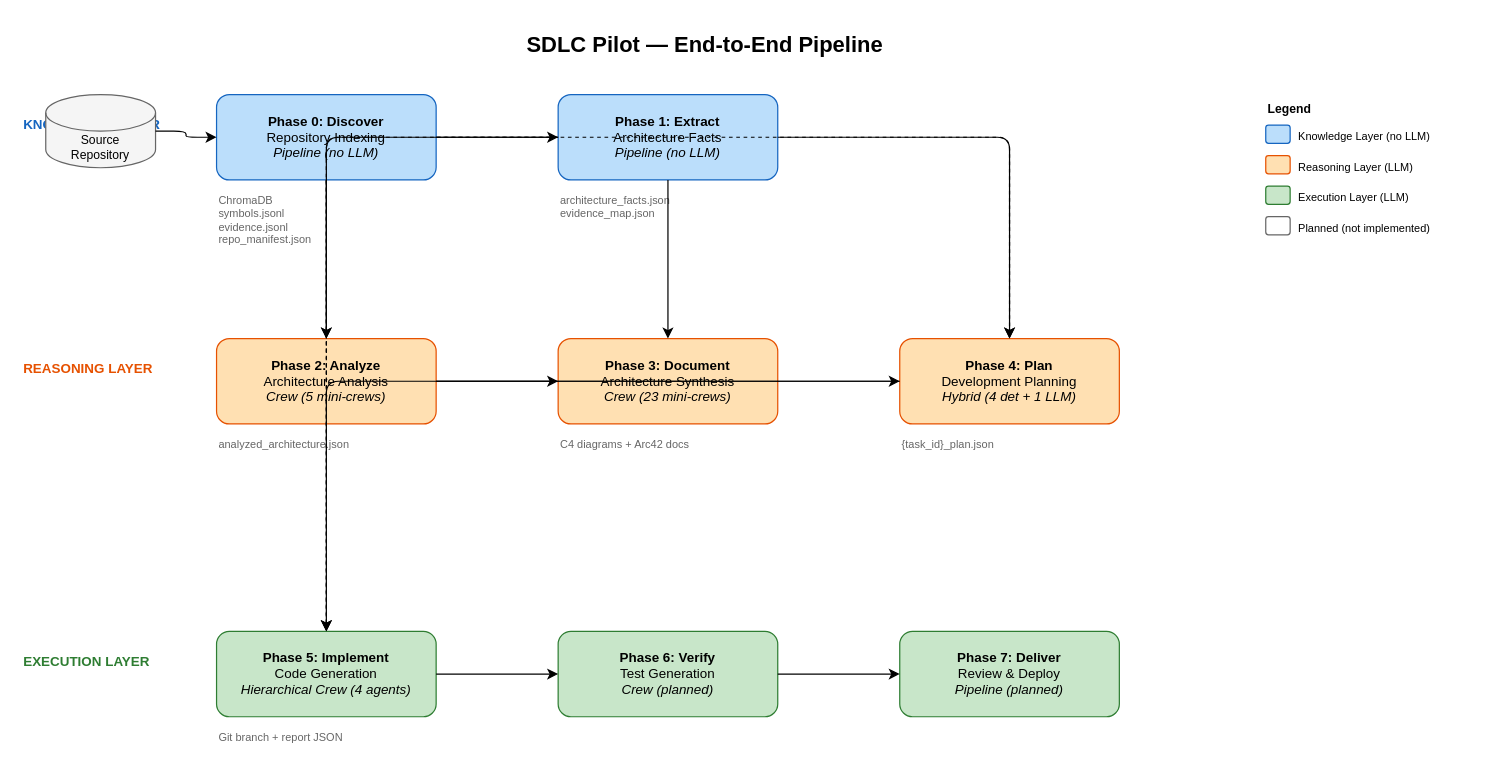
Earlier version of the draw.io diagram docs/cross-architecture.drawio (aymenmastouri/aicodegencrew). Source tidied: cells renumbered, new cells numbered last; positions are measured from the earlier drawing's top-left corner, leaving out a move shared by most shapes. Both pictures are drawn from the tidied source at 122%, with x=0, y=0 at pixel (21, 21).
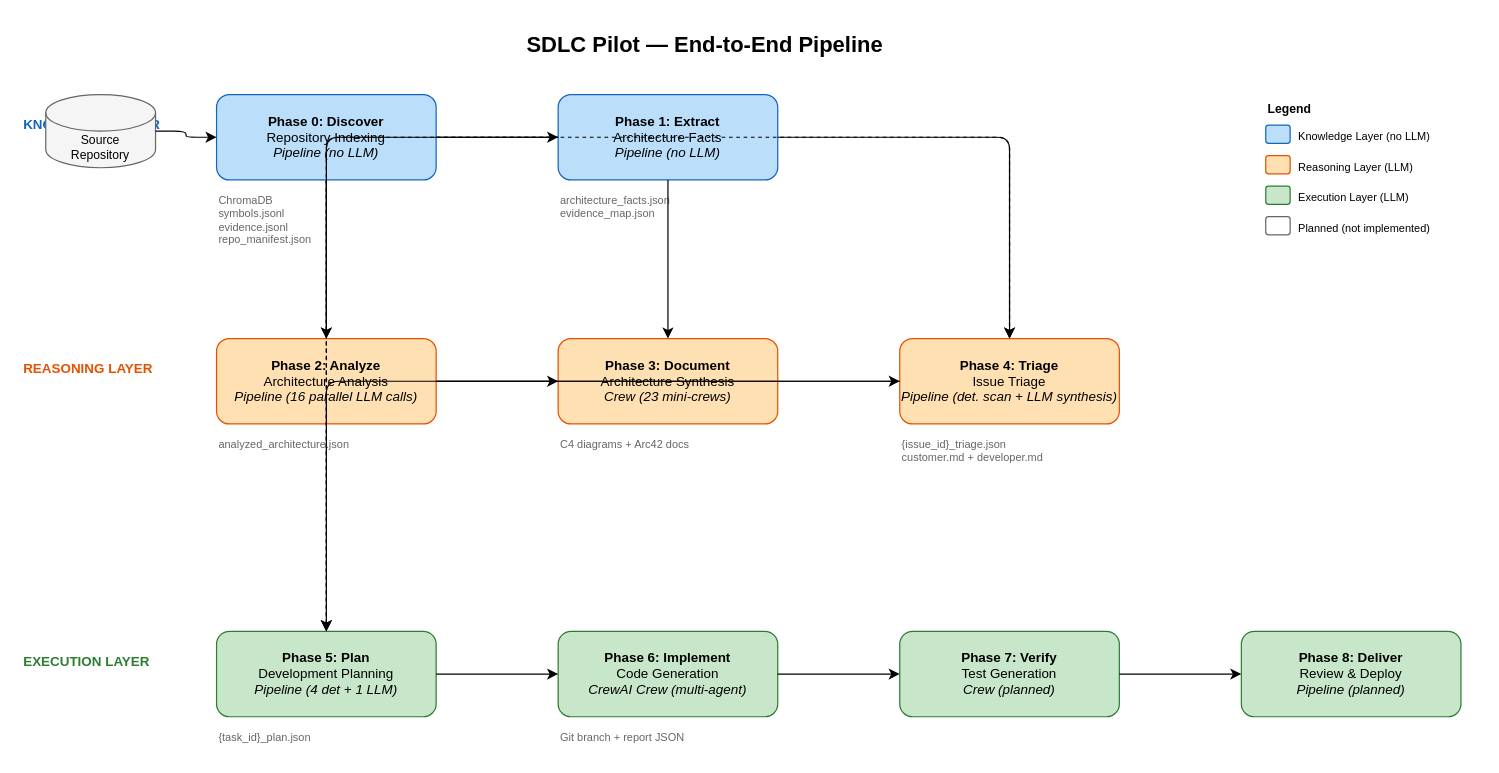
After the change.

The edit, as a diff of the source:
```diff
@@
-    <mxCell id="10" value="&lt;b&gt;Phase 2: Analyze&lt;/b&gt;&lt;br&gt;Architecture Analysis&lt;br&gt;&lt;i&gt;Crew (5 mini-crews)&lt;/i&gt;" style="rounded=1;whiteSpace=wrap;html=1;fillColor=#FFE0B2;strokeColor=#E65100;fontSize=11;" parent="1" vertex="1">
+    <mxCell id="10" value="&lt;b&gt;Phase 2: Analyze&lt;/b&gt;&lt;br&gt;Architecture Analysis&lt;br&gt;&lt;i&gt;Pipeline (16 parallel LLM calls)&lt;/i&gt;" style="rounded=1;whiteSpace=wrap;html=1;fillColor=#FFE0B2;strokeColor=#E65100;fontSize=11;" parent="1" vertex="1">
       <mxGeometry x="160" y="260" width="180" height="70" as="geometry" />
     </mxCell>
@@
-    <mxCell id="14" value="&lt;b&gt;Phase 4: Plan&lt;/b&gt;&lt;br&gt;Development Planning&lt;br&gt;&lt;i&gt;Hybrid (4 det + 1 LLM)&lt;/i&gt;" style="rounded=1;whiteSpace=wrap;html=1;fillColor=#FFE0B2;strokeColor=#E65100;fontSize=11;" parent="1" vertex="1">
+    <mxCell id="14" value="&lt;b&gt;Phase 4: Triage&lt;/b&gt;&lt;br&gt;Issue Triage&lt;br&gt;&lt;i&gt;Pipeline (det. scan + LLM synthesis)&lt;/i&gt;" style="rounded=1;whiteSpace=wrap;html=1;fillColor=#FFE0B2;strokeColor=#E65100;fontSize=11;" parent="1" vertex="1">
       <mxGeometry x="720" y="260" width="180" height="70" as="geometry" />
     </mxCell>
-    <mxCell id="15" value="{task_id}_plan.json" style="text;html=1;align=left;fontSize=9;fontColor=#666666;fillColor=none;strokeColor=none;" parent="1" vertex="1">
-      <mxGeometry x="720" y="335" width="180" height="25" as="geometry" />
+    <mxCell id="15" value="{issue_id}_triage.json&lt;br&gt;customer.md + developer.md" style="text;html=1;align=left;fontSize=9;fontColor=#666666;fillColor=none;strokeColor=none;" parent="1" vertex="1">
+      <mxGeometry x="720" y="335" width="180" height="35" as="geometry" />
     </mxCell>
-    <mxCell id="16" value="&lt;b&gt;Phase 5: Implement&lt;/b&gt;&lt;br&gt;Code Generation&lt;br&gt;&lt;i&gt;Hierarchical Crew (4 agents)&lt;/i&gt;" style="rounded=1;whiteSpace=wrap;html=1;fillColor=#C8E6C9;strokeColor=#2E7D32;fontSize=11;" parent="1" vertex="1">
+    <mxCell id="16" value="&lt;b&gt;Phase 5: Plan&lt;/b&gt;&lt;br&gt;Development Planning&lt;br&gt;&lt;i&gt;Pipeline (4 det + 1 LLM)&lt;/i&gt;" style="rounded=1;whiteSpace=wrap;html=1;fillColor=#C8E6C9;strokeColor=#2E7D32;fontSize=11;" parent="1" vertex="1">
       <mxGeometry x="160" y="500" width="180" height="70" as="geometry" />
     </mxCell>
-    <mxCell id="17" value="Git branch + report JSON" style="text;html=1;align=left;fontSize=9;fontColor=#666666;fillColor=none;strokeColor=none;" parent="1" vertex="1">
+    <mxCell id="17" value="{task_id}_plan.json" style="text;html=1;align=left;fontSize=9;fontColor=#666666;fillColor=none;strokeColor=none;" parent="1" vertex="1">
       <mxGeometry x="160" y="575" width="180" height="25" as="geometry" />
     </mxCell>
-    <mxCell id="18" value="&lt;b&gt;Phase 6: Verify&lt;/b&gt;&lt;br&gt;Test Generation&lt;br&gt;&lt;i&gt;Crew (planned)&lt;/i&gt;" style="rounded=1;whiteSpace=wrap;html=1;fillColor=#C8E6C9;strokeColor=#2E7D32;fontSize=11;strokeDashPattern=8 4;" parent="1" vertex="1">
+    <mxCell id="18" value="&lt;b&gt;Phase 6: Implement&lt;/b&gt;&lt;br&gt;Code Generation&lt;br&gt;&lt;i&gt;CrewAI Crew (multi-agent)&lt;/i&gt;" style="rounded=1;whiteSpace=wrap;html=1;fillColor=#C8E6C9;strokeColor=#2E7D32;fontSize=11;" parent="1" vertex="1">
       <mxGeometry x="440" y="500" width="180" height="70" as="geometry" />
     </mxCell>
+    <mxCell id="44" value="Git branch + report JSON" style="text;html=1;align=left;fontSize=9;fontColor=#666666;fillColor=none;strokeColor=none;" parent="1" vertex="1">
+      <mxGeometry x="440" y="575" width="180" height="25" as="geometry" />
+    </mxCell>
-    <mxCell id="19" value="&lt;b&gt;Phase 7: Deliver&lt;/b&gt;&lt;br&gt;Review &amp; Deploy&lt;br&gt;&lt;i&gt;Pipeline (planned)&lt;/i&gt;" style="rounded=1;whiteSpace=wrap;html=1;fillColor=#C8E6C9;strokeColor=#2E7D32;fontSize=11;strokeDashPattern=8 4;" parent="1" vertex="1">
+    <mxCell id="19" value="&lt;b&gt;Phase 7: Verify&lt;/b&gt;&lt;br&gt;Test Generation&lt;br&gt;&lt;i&gt;Crew (planned)&lt;/i&gt;" style="rounded=1;whiteSpace=wrap;html=1;fillColor=#C8E6C9;strokeColor=#2E7D32;fontSize=11;strokeDashPattern=8 4;" parent="1" vertex="1">
       <mxGeometry x="720" y="500" width="180" height="70" as="geometry" />
     </mxCell>
+    <mxCell id="45" value="&lt;b&gt;Phase 8: Deliver&lt;/b&gt;&lt;br&gt;Review &amp; Deploy&lt;br&gt;&lt;i&gt;Pipeline (planned)&lt;/i&gt;" style="rounded=1;whiteSpace=wrap;html=1;fillColor=#C8E6C9;strokeColor=#2E7D32;fontSize=11;strokeDashPattern=8 4;" parent="1" vertex="1">
+      <mxGeometry x="1000" y="500" width="180" height="70" as="geometry" />
+    </mxCell>
@@
-    <mxCell id="31" style="edgeStyle=orthogonalEdgeStyle;strokeDashPattern=8 4;" parent="1" edge="1" source="16" target="18">
+    <mxCell id="31" style="edgeStyle=orthogonalEdgeStyle;" parent="1" edge="1" source="16" target="18">
       <mxGeometry relative="1" as="geometry" />
     </mxCell>
@@
+    <mxCell id="46" style="edgeStyle=orthogonalEdgeStyle;strokeDashPattern=8 4;" parent="1" edge="1" source="19" target="45">
+      <mxGeometry relative="1" as="geometry" />
+    </mxCell>
```
